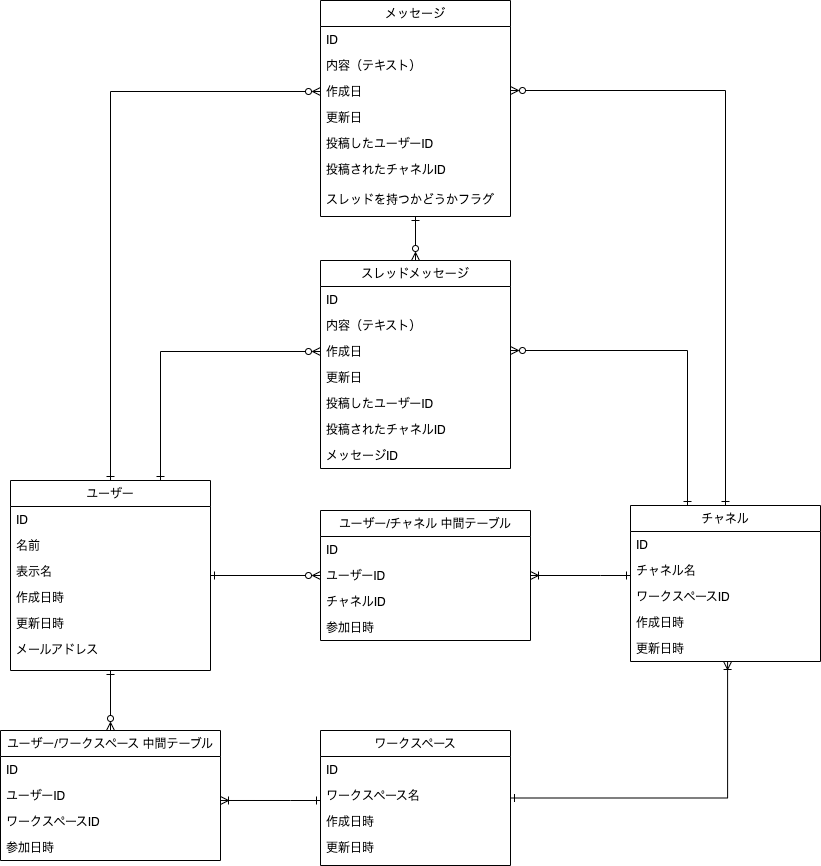
Earlier version of the draw.io export db/db-modeling-2/DB2 Diagram.drawio.png (yuikoito/PrAhaChallenge). Source tidied: cells renumbered, new cells last; positions are measured from the earlier drawing's top-left corner, leaving out a move shared by most shapes.
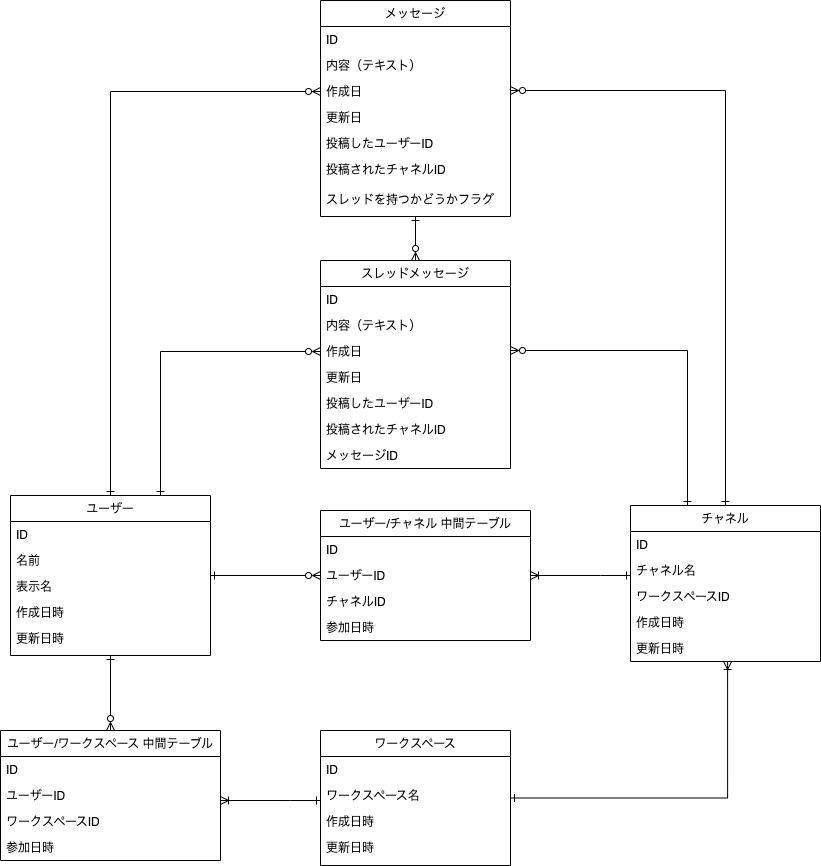
After the change.

Change to the diagram source:
```diff
@@ -15,7 +15,7 @@
       <mxGeometry relative="1" as="geometry" />
     </mxCell>
     <mxCell id="6" value="ユーザー" style="swimlane;fontStyle=0;align=center;verticalAlign=top;horizontal=1;startSize=26;rounded=0;shadow=0;strokeWidth=1;" parent="1" vertex="1">
-      <mxGeometry x="10" y="480" width="200" height="190" as="geometry" />
+      <mxGeometry x="10" y="495" width="200" height="160" as="geometry" />
     </mxCell>
     <mxCell id="7" value="ID" style="text;align=left;verticalAlign=top;spacingLeft=4;spacingRight=4;overflow=hidden;" parent="6" vertex="1">
       <mxGeometry y="26" width="200" height="26" as="geometry" />
@@ -32,9 +32,6 @@
     <mxCell id="11" value="更新日時&#10;" style="text;align=left;verticalAlign=top;spacingLeft=4;spacingRight=4;overflow=hidden;" parent="6" vertex="1">
       <mxGeometry y="130" width="200" height="26" as="geometry" />
     </mxCell>
-    <mxCell id="12" value="メールアドレス" style="text;align=left;verticalAlign=top;spacingLeft=4;spacingRight=4;overflow=hidden;" parent="6" vertex="1">
-      <mxGeometry y="156" width="200" height="26" as="geometry" />
-    </mxCell>
     <mxCell id="13" style="edgeStyle=orthogonalEdgeStyle;rounded=0;jettySize=auto;html=1;entryX=0.5;entryY=0;entryDx=0;entryDy=0;startArrow=ERone;startFill=0;endArrow=ERzeroToMany;endFill=0;" parent="1" edge="1" source="15" target="24">
       <mxGeometry relative="1" as="geometry" />
     </mxCell>
```
